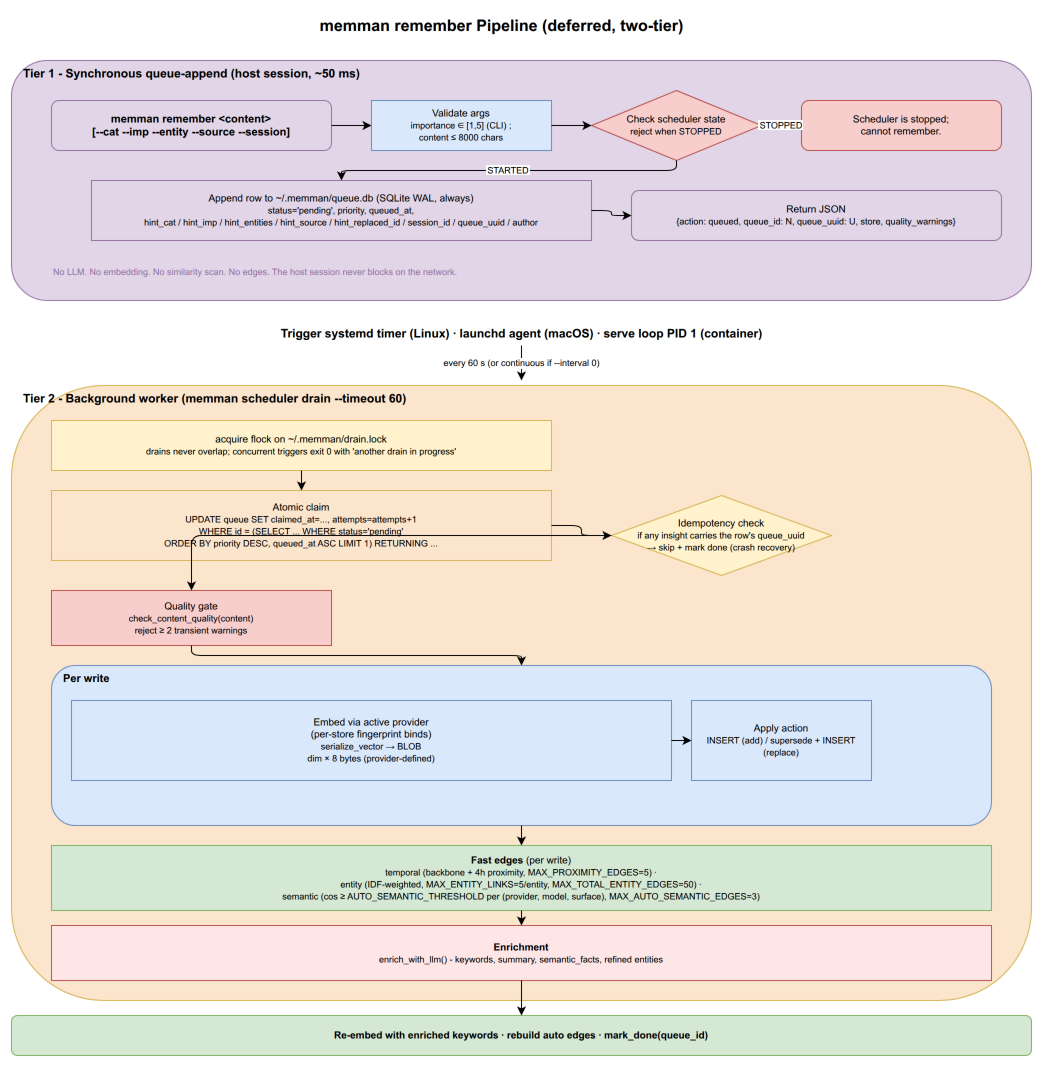
The draw.io diagram docs/diagrams/02-remember-pipeline.drawio.png in bissli/memman, before a commit. Source tidied: cells renumbered, new cells last; positions are measured from the earlier drawing's top-left corner, leaving out a move shared by most shapes.
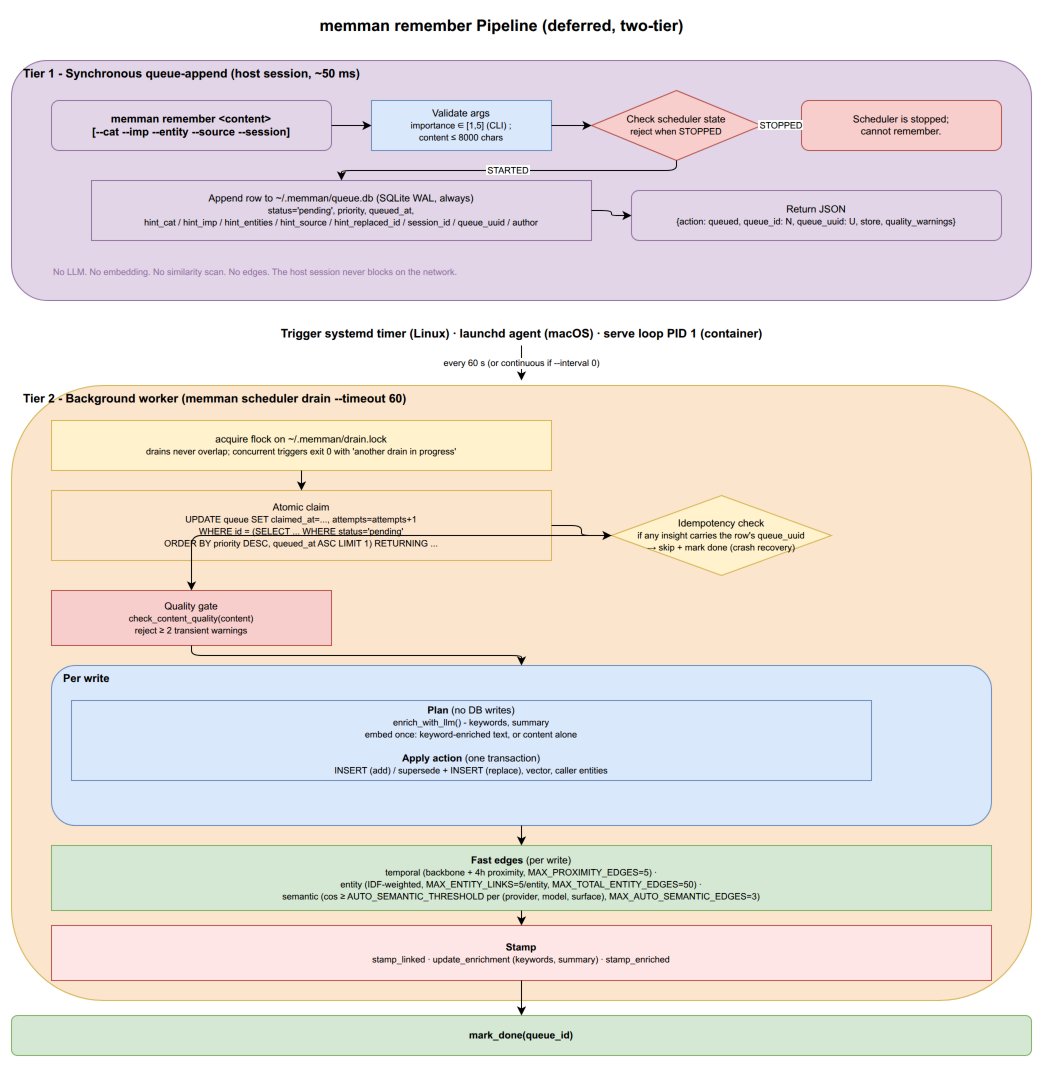
The same file after the commit.

Diff of the diagram source:
```diff
@@ -71,22 +71,16 @@
     <mxCell id="23" value="&lt;b&gt;Per write&lt;/b&gt;" style="rounded=1;whiteSpace=wrap;html=1;fillColor=#dae8fc;strokeColor=#6c8ebf;verticalAlign=top;fontSize=11;align=left;spacingLeft=10;" parent="1" vertex="1">
       <mxGeometry x="40" y="655" width="940" height="160" as="geometry" />
     </mxCell>
-    <mxCell id="24" value="Embed via active provider&lt;br&gt;(per-store fingerprint binds)&lt;br&gt;&lt;font style=&quot;font-size:9px&quot;&gt;serialize_vector → BLOB&lt;br&gt;dim × 8 bytes (provider-defined)&lt;/font&gt;" style="rounded=0;whiteSpace=wrap;html=1;fillColor=#dae8fc;strokeColor=#6c8ebf;fontSize=10;" parent="1" vertex="1">
-      <mxGeometry x="60" y="690" width="600" height="80" as="geometry" />
-    </mxCell>
-    <mxCell id="25" value="Apply action&lt;br&gt;&lt;font style=&quot;font-size:9px&quot;&gt;INSERT (add) / supersede + INSERT (replace)&lt;/font&gt;" style="rounded=0;whiteSpace=wrap;html=1;fillColor=#dae8fc;strokeColor=#6c8ebf;fontSize=10;" parent="1" vertex="1">
-      <mxGeometry x="680" y="690" width="180" height="80" as="geometry" />
+    <mxCell id="25" value="&lt;b&gt;Plan&lt;/b&gt; (no DB writes)&lt;br&gt;&lt;font style=&quot;font-size:9px&quot;&gt;enrich_with_llm() - keywords, summary&lt;br&gt;embed once: keyword-enriched text, or content alone&lt;/font&gt;&lt;br&gt;&lt;br&gt;&lt;b&gt;Apply action&lt;/b&gt; (one transaction)&lt;br&gt;&lt;font style=&quot;font-size:9px&quot;&gt;INSERT (add) / supersede + INSERT (replace), vector, caller entities&lt;/font&gt;" style="rounded=0;whiteSpace=wrap;html=1;fillColor=#dae8fc;strokeColor=#6c8ebf;fontSize=10;" parent="1" vertex="1">
+      <mxGeometry x="60" y="690" width="800" height="80" as="geometry" />
     </mxCell>
-    <mxCell id="26" style="edgeStyle=orthogonalEdgeStyle;rounded=1;" parent="1" edge="1" source="24" target="25">
-      <mxGeometry relative="1" as="geometry" />
-    </mxCell>
     <mxCell id="27" value="&lt;b&gt;Fast edges&lt;/b&gt; (per write)&lt;br&gt;&lt;font style=&quot;font-size:9px&quot;&gt;temporal (backbone + 4h proximity, MAX_PROXIMITY_EDGES=5) ·&lt;br&gt;entity (IDF-weighted, MAX_ENTITY_LINKS=5/entity, MAX_TOTAL_ENTITY_EDGES=50) ·&lt;br&gt;semantic (cos ≥ AUTO_SEMANTIC_THRESHOLD per (provider, model, surface), MAX_AUTO_SEMANTIC_EDGES=3)&lt;/font&gt;" style="rounded=0;whiteSpace=wrap;html=1;fillColor=#d5e8d4;strokeColor=#82b366;fontSize=10;" parent="1" vertex="1">
       <mxGeometry x="40" y="835" width="940" height="65" as="geometry" />
     </mxCell>
-    <mxCell id="28" value="&lt;b&gt;Enrichment&lt;/b&gt;&lt;br&gt;&lt;font style=&quot;font-size:9px&quot;&gt;enrich_with_llm() - keywords, summary, semantic_facts, refined entities&lt;/font&gt;" style="rounded=0;whiteSpace=wrap;html=1;fillColor=#FFE6E6;strokeColor=#b85450;fontSize=10;" parent="1" vertex="1">
+    <mxCell id="28" value="&lt;b&gt;Stamp&lt;/b&gt;&lt;br&gt;&lt;font style=&quot;font-size:9px&quot;&gt;stamp_linked · update_enrichment (keywords, summary) · stamp_enriched&lt;/font&gt;" style="rounded=0;whiteSpace=wrap;html=1;fillColor=#FFE6E6;strokeColor=#b85450;fontSize=10;" parent="1" vertex="1">
       <mxGeometry x="40" y="915" width="940" height="55" as="geometry" />
     </mxCell>
-    <mxCell id="29" value="Re-embed with enriched keywords  ·  rebuild auto edges  ·  mark_done(queue_id)" style="rounded=1;whiteSpace=wrap;html=1;fillColor=#d5e8d4;strokeColor=#82b366;fontSize=10;fontStyle=1;" parent="1" vertex="1">
+    <mxCell id="29" value="mark_done(queue_id)" style="rounded=1;whiteSpace=wrap;html=1;fillColor=#d5e8d4;strokeColor=#82b366;fontSize=10;fontStyle=1;" parent="1" vertex="1">
       <mxGeometry y="1005" width="1020" height="40" as="geometry" />
     </mxCell>
     <mxCell id="30" style="edgeStyle=orthogonalEdgeStyle;rounded=1;" parent="1" edge="1" source="19" target="20">
```
